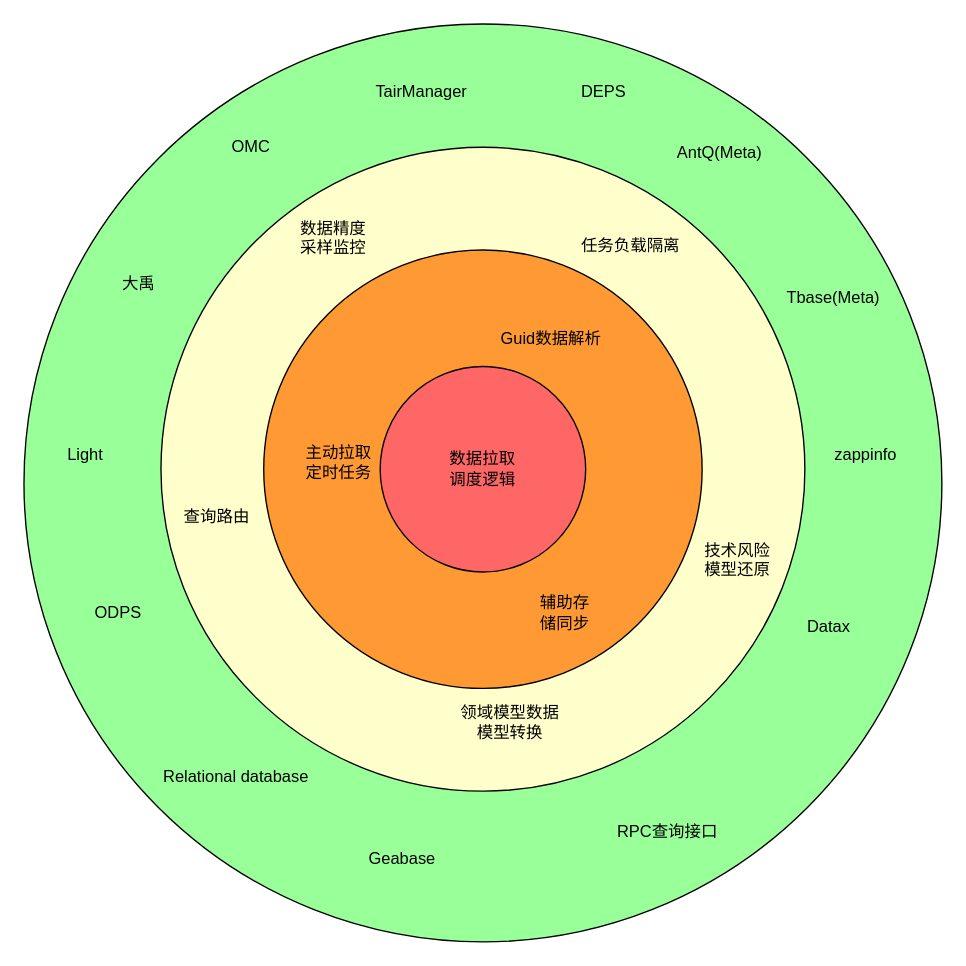
Before: 模块架构.drawio in frankneu/draw.io, a draw.io diagram. Source tidied: cells renumbered, new cells numbered last; positions are measured from the earlier drawing's top-left corner, leaving out a move shared by most shapes. Both pictures are drawn from the tidied source at 137%, with x=0, y=0 at pixel (23, 23).
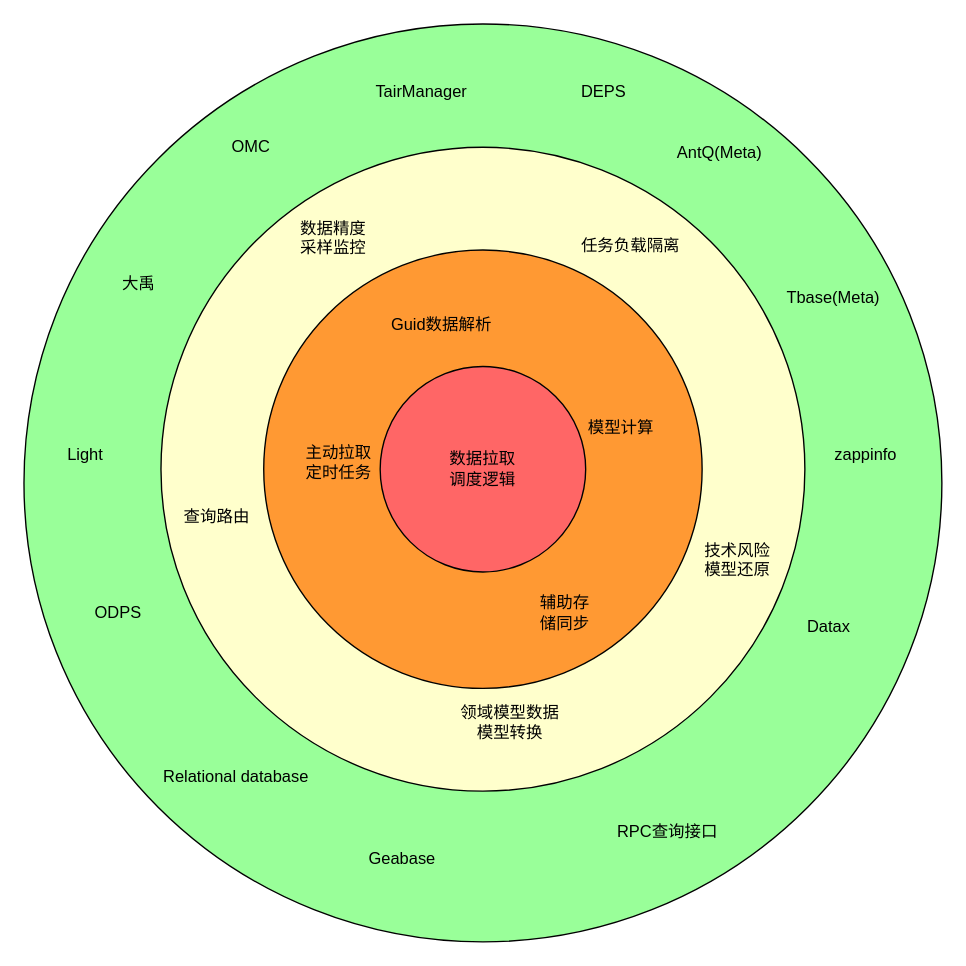
Above is the later version.

What changed in the source:
```diff
@@
     <mxCell id="6" value="Guid数据解析" style="text;html=1;strokeColor=none;fillColor=none;align=center;verticalAlign=middle;whiteSpace=wrap;rounded=0;" parent="1" vertex="1">
-      <mxGeometry x="330" y="220" width="110" height="20" as="geometry" />
+      <mxGeometry x="250" y="210" width="110" height="20" as="geometry" />
     </mxCell>
@@
+    <mxCell id="27" value="模型计算" style="text;html=1;align=left;verticalAlign=top;spacingTop=-4;" parent="1" vertex="1">
+      <mxGeometry x="410" y="285" width="60" height="20" as="geometry" />
+    </mxCell>
```
